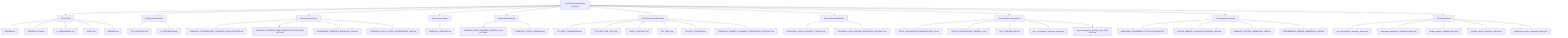
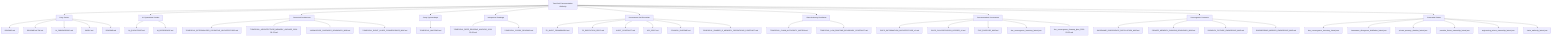
graph TD
    root["ToneSoul Documentation Authority"]
    root --> entrypoints["Entry Points"]
    entrypoints --> entrypoints_1["README.md"]
    entrypoints --> entrypoints_2["README.zh-TW.md"]
    entrypoints --> entrypoints_3["AI_ONBOARDING.md"]
    entrypoints --> entrypoints_4["INDEX.md"]
    entrypoints --> entrypoints_5["README.md"]
    root --> ai_operational_guides["AI Operational Guides"]
    ai_operational_guides --> ai_operational_guides_1["AI_QUICKSTART.md"]
    ai_operational_guides --> ai_operational_guides_2["AI_REFERENCE.md"]
    root --> canonical_architecture["Canonical Architecture"]
    canonical_architecture --> canonical_architecture_1["TONESOUL_EXTERNALIZED_COGNITIVE_ARCHITECTURE.md"]
    canonical_architecture --> canonical_architecture_2["TONESOUL_ARCHITECTURE_MEMORY_ANCHOR_2026-03-22.md"]
    canonical_architecture --> canonical_architecture_3["KNOWLEDGE_SURFACES_BOUNDARY_MAP.md"]
    canonical_architecture --> canonical_architecture_4["TONESOUL_EIGHT_LAYER_CONVERGENCE_MAP.md"]
    root --> deep_system_maps["Deep System Maps"]
    deep_system_maps --> deep_system_maps_1["TONESOUL_ANATOMY.md"]
    root --> interpretive_readings["Interpretive Readings"]
    interpretive_readings --> interpretive_readings_1["TONESOUL_DEEP_READING_ANCHOR_2026-03-26.md"]
    interpretive_readings --> interpretive_readings_2["TONESOUL_CODEX_READING.md"]
    root --> governance_execution["Governance And Execution"]
    governance_execution --> governance_execution_1["7D_AUDIT_FRAMEWORK.md"]
    governance_execution --> governance_execution_2["7D_EXECUTION_SPEC.md"]
    governance_execution --> governance_execution_3["AUDIT_CONTRACT.md"]
    governance_execution --> governance_execution_4["API_SPEC.md"]
    governance_execution --> governance_execution_5["COUNCIL_RUNTIME.md"]
    governance_execution --> governance_execution_6["TONESOUL_SHARED_R_MEMORY_OPERATIONS_CONTRACT.md"]
    root --> claim_authority_distillation["Claim Authority Distillation"]
    claim_authority_distillation --> claim_authority_distillation_1["TONESOUL_CLAIM_AUTHORITY_MATRIX.md"]
    claim_authority_distillation --> claim_authority_distillation_2["TONESOUL_LAW_RUNTIME_BOUNDARY_CONTRACT.md"]
    root --> doc_governance["Documentation Governance"]
    doc_governance --> doc_governance_1["DOCS_INFORMATION_ARCHITECTURE_v1.md"]
    doc_governance --> doc_governance_2["DOCS_CLASSIFICATION_LEDGER_v1.md"]
    doc_governance --> doc_governance_3["FILE_PURPOSE_MAP.md"]
    doc_governance --> doc_governance_4["doc_convergence_inventory_latest.json"]
    doc_governance --> doc_governance_5["doc_convergence_cleanup_plan_2026-03-22.md"]
    root --> convergence_contracts["Convergence Contracts"]
    convergence_contracts --> convergence_contracts_1["BASENAME_DIVERGENCE_DISTILLATION_MAP.md"]
    convergence_contracts --> convergence_contracts_2["PRIVATE_MEMORY_SHADOW_BOUNDARY_MAP.md"]
    convergence_contracts --> convergence_contracts_3["PARADOX_FIXTURE_OWNERSHIP_MAP.md"]
    convergence_contracts --> convergence_contracts_4["ENGINEERING_MIRROR_OWNERSHIP_MAP.md"]
    root --> generated_status["Generated Status"]
    generated_status --> generated_status_1["doc_convergence_inventory_latest.json"]
    generated_status --> generated_status_2["basename_divergence_distillation_latest.json"]
    generated_status --> generated_status_3["private_memory_shadow_latest.json"]
    generated_status --> generated_status_4["paradox_fixture_ownership_latest.json"]
    generated_status --> generated_status_5["engineering_mirror_ownership_latest.json"]
+     generated_status --> generated_status_6["claim_authority_latest.json"]
